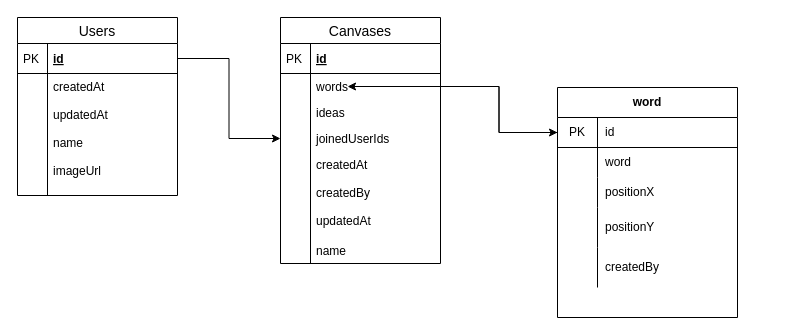
kkhs0603/create-ideas keeps this draw.io diagram as src/firebase/DbRelation.drawio. Above is the earlier version. Source tidied: cells renumbered, new cells numbered last; positions are measured from the earlier drawing's top-left corner, leaving out a move shared by most shapes. Both pictures are drawn from the tidied source at 100%, with x=0, y=0 at pixel (17, 17).
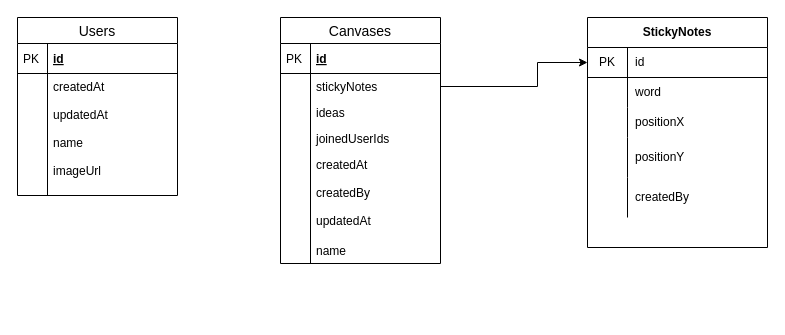
Above is the later version.

Unchanged cells that the change refers to:
```xml
<mxCell id="2" value="Canvases" style="swimlane;fontStyle=0;horizontal=1;startSize=26;align=center;fontSize=14;" parent="1" vertex="1">
  <mxGeometry x="263" width="160" height="246" as="geometry" />
</mxCell>
<mxCell id="9" value="joinedUserIds" style="shape=partialRectangle;top=0;left=0;right=0;bottom=0;align=left;verticalAlign=top;fillColor=none;spacingLeft=34;spacingRight=4;overflow=hidden;points=[[0,0.5],[1,0.5]];portConstraint=eastwest;fontSize=12;" parent="2" vertex="1">
  <mxGeometry y="108" width="160" height="26" as="geometry" />
</mxCell>
<mxCell id="18" value="id" style="shape=partialRectangle;top=0;left=0;right=0;bottom=1;align=left;verticalAlign=middle;fillColor=none;spacingLeft=34;spacingRight=4;overflow=hidden;points=[[0,0.5],[1,0.5]];portConstraint=eastwest;fontStyle=5;fontSize=12;" parent="17" vertex="1">
  <mxGeometry y="26" width="160" height="30" as="geometry" />
</mxCell>
<mxCell id="25" style="shape=partialRectangle;html=1;whiteSpace=wrap;fillColor=none;top=0;left=0;bottom=1;right=0;points=[[0,0.5],[1,0.5]];portConstraint=eastwest;" parent="24" vertex="1">
  <mxGeometry y="30" width="180" height="30" as="geometry" />
</mxCell>
```

What changed in the source:
```diff
@@
-    <mxCell id="5" value="words" style="shape=partialRectangle;top=0;left=0;right=0;bottom=0;align=left;verticalAlign=top;fillColor=none;spacingLeft=34;spacingRight=4;overflow=hidden;points=[[0,0.5],[1,0.5]];portConstraint=eastwest;fontSize=12;" parent="2" vertex="1">
+    <mxCell id="5" value="stickyNotes" style="shape=partialRectangle;top=0;left=0;right=0;bottom=0;align=left;verticalAlign=top;fillColor=none;spacingLeft=34;spacingRight=4;overflow=hidden;points=[[0,0.5],[1,0.5]];portConstraint=eastwest;fontSize=12;" parent="2" vertex="1">
       <mxGeometry y="56" width="160" height="26" as="geometry" />
     </mxCell>
@@
-    <mxCell id="22" style="edgeStyle=orthogonalEdgeStyle;rounded=0;jettySize=auto;html=1;exitX=1;exitY=0.5;exitDx=0;exitDy=0;entryX=0;entryY=0.5;entryDx=0;entryDy=0;" parent="1" edge="1" source="18" target="9">
-      <mxGeometry relative="1" as="geometry" />
-    </mxCell>
     <mxCell id="23" style="edgeStyle=orthogonalEdgeStyle;rounded=0;jettySize=auto;html=1;entryX=0;entryY=0.5;entryDx=0;entryDy=0;" parent="1" edge="1" source="5" target="25">
-      <mxGeometry relative="1" as="geometry" />
+      <mxGeometry relative="1" as="geometry">
+        <Array as="points">
+          <mxPoint x="520" y="69" />
+          <mxPoint x="520" y="45" />
+        </Array>
+      </mxGeometry>
     </mxCell>
-    <mxCell id="24" value="word" style="shape=table;html=1;whiteSpace=wrap;startSize=30;childLayout=tableLayout;rowLines=0;fontStyle=1;align=center;" parent="1" vertex="1">
-      <mxGeometry x="540" y="70" width="180" height="230" as="geometry" />
+    <mxCell id="24" value="StickyNotes" style="shape=table;html=1;whiteSpace=wrap;startSize=30;childLayout=tableLayout;rowLines=0;fontStyle=1;align=center;" parent="1" vertex="1">
+      <mxGeometry x="570" width="180" height="230" as="geometry" />
     </mxCell>
@@
-    <mxCell id="40" style="edgeStyle=orthogonalEdgeStyle;rounded=0;jettySize=auto;html=1;exitX=0;exitY=0.5;exitDx=0;exitDy=0;entryX=0.419;entryY=0.5;entryDx=0;entryDy=0;entryPerimeter=0;" parent="1" edge="1" source="25" target="5">
-      <mxGeometry relative="1" as="geometry" />
-    </mxCell>
```
